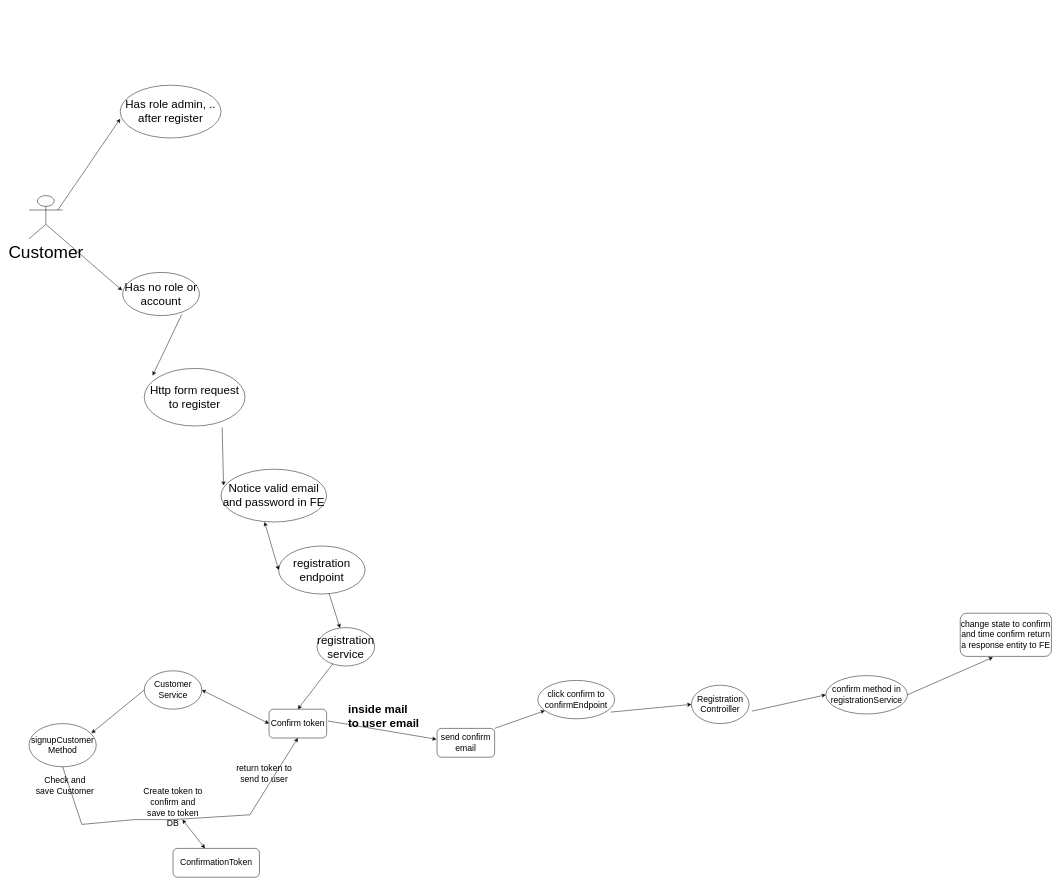
SilverSixx/E-comerce keeps this draw.io diagram as src/main/resources/Biểu đồ không có tiêu đề.drawio. Above is the earlier version. Source tidied: cells renumbered, new cells numbered last; positions are measured from the earlier drawing's top-left corner, leaving out a move shared by most shapes. Both pictures are drawn from the tidied source at 48%, with x=0, y=0 at pixel (29, 85).
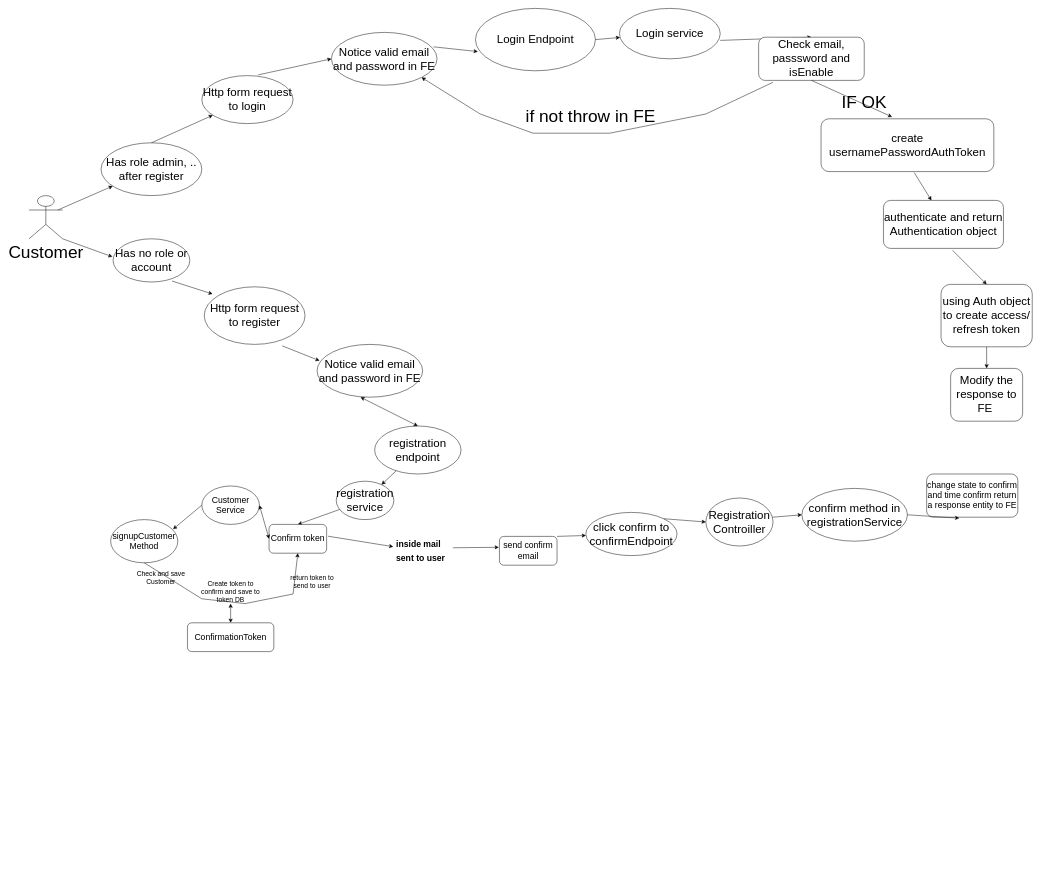
The same diagram, later.

Commit message:
Cập nhật Biểu đồ không có tiêu đề.drawio

Change to the diagram source:
```diff
@@
     <mxCell id="2" value="&lt;font style=&quot;font-size: 24px;&quot;&gt;Has role admin, .. after register&lt;/font&gt;" style="ellipse;whiteSpace=wrap;html=1;align=center;" parent="1" vertex="1">
-      <mxGeometry x="190" width="210" height="110" as="geometry" />
+      <mxGeometry x="150" y="120" width="210" height="110" as="geometry" />
     </mxCell>
     <mxCell id="3" value="&lt;font style=&quot;font-size: 24px;&quot;&gt;Http form request to register&lt;/font&gt;" style="ellipse;whiteSpace=wrap;html=1;" parent="1" vertex="1">
-      <mxGeometry x="240" y="590" width="210" height="120" as="geometry" />
+      <mxGeometry x="365" y="420" width="210" height="120" as="geometry" />
     </mxCell>
     <mxCell id="4" value="&lt;font style=&quot;font-size: 24px;&quot;&gt;registration endpoint&lt;/font&gt;" style="ellipse;whiteSpace=wrap;html=1;" parent="1" vertex="1">
-      <mxGeometry x="520" y="960" width="180" height="100" as="geometry" />
+      <mxGeometry x="720" y="710" width="180" height="100" as="geometry" />
     </mxCell>
     <mxCell id="5" value="&lt;font style=&quot;font-size: 24px;&quot;&gt;registration service&lt;/font&gt;" style="ellipse;whiteSpace=wrap;html=1;" parent="1" vertex="1">
-      <mxGeometry x="600" y="1130" width="120" height="80" as="geometry" />
+      <mxGeometry x="640" y="825" width="120" height="80" as="geometry" />
     </mxCell>
@@
-    <mxCell id="8" style="endArrow=classic;html=1;rounded=0;" parent="1" edge="1">
+    <mxCell id="8" style="endArrow=classic;html=1;rounded=0;" parent="1" edge="1" target="2">
       <mxGeometry relative="1" as="geometry">
         <mxPoint x="60" y="260" as="sourcePoint" />
-        <mxPoint x="190" y="70" as="targetPoint" />
       </mxGeometry>
     </mxCell>
     <mxCell id="9" value="&lt;font style=&quot;font-size: 24px;&quot;&gt;Has no role or account&lt;/font&gt;" style="ellipse;whiteSpace=wrap;html=1;" parent="1" vertex="1">
-      <mxGeometry x="195" y="390" width="160" height="90" as="geometry" />
+      <mxGeometry x="175" y="320" width="160" height="90" as="geometry" />
     </mxCell>
@@
     <mxCell id="13" value="&lt;font style=&quot;font-size: 24px;&quot;&gt;Notice valid email and password in FE&lt;/font&gt;" style="ellipse;whiteSpace=wrap;html=1;" parent="1" vertex="1">
-      <mxGeometry x="400" y="800" width="220" height="110" as="geometry" />
+      <mxGeometry x="600" y="540" width="220" height="110" as="geometry" />
     </mxCell>
-    <mxCell id="14" style="endArrow=classic;startArrow=classic;html=1;rounded=0;entryX=0;entryY=0.5;entryDx=0;entryDy=0;exitX=0.412;exitY=1;exitDx=0;exitDy=0;exitPerimeter=0;" parent="1" edge="1" source="13" target="4">
+    <mxCell id="14" style="endArrow=classic;startArrow=classic;html=1;rounded=0;entryX=0.5;entryY=0;entryDx=0;entryDy=0;exitX=0.412;exitY=1;exitDx=0;exitDy=0;exitPerimeter=0;" parent="1" edge="1" source="13" target="4">
       <mxGeometry relative="1" as="geometry" />
     </mxCell>
@@
     <mxCell id="16" value="&lt;font style=&quot;font-size: 18px;&quot;&gt;Confirm token&lt;/font&gt;" style="rounded=1;whiteSpace=wrap;html=1;" parent="1" vertex="1">
-      <mxGeometry x="500" y="1300" width="120" height="60" as="geometry" />
+      <mxGeometry x="500" y="915" width="120" height="60" as="geometry" />
     </mxCell>
     <mxCell id="17" value="&lt;font style=&quot;font-size: 18px;&quot;&gt;send confirm email&lt;/font&gt;" style="rounded=1;whiteSpace=wrap;html=1;" parent="1" vertex="1">
-      <mxGeometry x="850" y="1340" width="120" height="60" as="geometry" />
+      <mxGeometry x="980" y="940" width="120" height="60" as="geometry" />
     </mxCell>
-    <mxCell id="18" style="endArrow=classic;html=1;rounded=0;exitX=1.025;exitY=0.41;exitDx=0;exitDy=0;exitPerimeter=0;entryX=-0.01;entryY=0.378;entryDx=0;entryDy=0;entryPerimeter=0;" parent="1" edge="1" source="16" target="17">
+    <mxCell id="18" style="endArrow=classic;html=1;rounded=0;exitX=1.025;exitY=0.41;exitDx=0;exitDy=0;exitPerimeter=0;entryX=-0.01;entryY=0.378;entryDx=0;entryDy=0;entryPerimeter=0;" parent="1" edge="1" source="19" target="17">
       <mxGeometry relative="1" as="geometry" />
     </mxCell>
-    <mxCell id="19" value="&lt;h1&gt;inside mail to user email&lt;/h1&gt;" style="text;html=1;strokeColor=none;fillColor=none;spacing=5;spacingTop=-20;whiteSpace=wrap;overflow=hidden;rounded=0;" parent="1" vertex="1">
-      <mxGeometry x="660" y="1280" width="160" height="70" as="geometry" />
-    </mxCell>
     <mxCell id="20" value="&lt;font style=&quot;font-size: 18px;&quot;&gt;Customer Service&lt;/font&gt;" style="ellipse;whiteSpace=wrap;html=1;" parent="1" vertex="1">
-      <mxGeometry x="240" y="1220" width="120" height="80" as="geometry" />
+      <mxGeometry x="360" y="835" width="120" height="80" as="geometry" />
     </mxCell>
@@
     <mxCell id="22" value="&lt;font style=&quot;font-size: 18px;&quot;&gt;signupCustomer Method&lt;/font&gt;" style="ellipse;whiteSpace=wrap;html=1;" parent="1" vertex="1">
-      <mxGeometry y="1330" width="140" height="90" as="geometry" />
+      <mxGeometry x="170" y="905" width="140" height="90" as="geometry" />
     </mxCell>
@@
     <mxCell id="24" style="endArrow=classic;html=1;rounded=0;exitX=0.5;exitY=1;exitDx=0;exitDy=0;entryX=0.5;entryY=1;entryDx=0;entryDy=0;" parent="1" edge="1" source="22" target="16">
       <mxGeometry relative="1" as="geometry">
         <Array as="points">
-          <mxPoint x="110" y="1540" />
-          <mxPoint x="220" y="1530" />
-          <mxPoint x="300" y="1530" />
-          <mxPoint x="460" y="1520" />
+          <mxPoint x="360" y="1070" />
+          <mxPoint x="450" y="1080" />
+          <mxPoint x="550" y="1060" />
         </Array>
       </mxGeometry>
     </mxCell>
-    <mxCell id="25" value="&lt;font style=&quot;font-size: 18px;&quot;&gt;Check and save Customer&lt;/font&gt;" style="text;html=1;strokeColor=none;fillColor=none;align=center;verticalAlign=middle;whiteSpace=wrap;rounded=0;" parent="1" vertex="1">
-      <mxGeometry x="10" y="1430" width="130" height="60" as="geometry" />
+    <mxCell id="25" value="&lt;font style=&quot;font-size: 14px;&quot;&gt;Check and save Customer&lt;/font&gt;" style="text;html=1;strokeColor=none;fillColor=none;align=center;verticalAlign=middle;whiteSpace=wrap;rounded=0;" parent="1" vertex="1">
+      <mxGeometry x="210" y="995" width="130" height="60" as="geometry" />
     </mxCell>
-    <mxCell id="26" value="&lt;font style=&quot;font-size: 18px;&quot;&gt;Create token to confirm and save to token DB&lt;/font&gt;" style="text;html=1;strokeColor=none;fillColor=none;align=center;verticalAlign=middle;whiteSpace=wrap;rounded=0;" parent="1" vertex="1">
-      <mxGeometry x="235" y="1480" width="130" height="50" as="geometry" />
+    <mxCell id="26" value="&lt;font style=&quot;font-size: 14px;&quot;&gt;Create token to confirm and save to token DB&lt;/font&gt;" style="text;html=1;strokeColor=none;fillColor=none;align=center;verticalAlign=middle;whiteSpace=wrap;rounded=0;" parent="1" vertex="1">
+      <mxGeometry x="355" y="1030" width="130" height="50" as="geometry" />
     </mxCell>
-    <mxCell id="27" value="&lt;font style=&quot;font-size: 18px;&quot;&gt;return token to send to user&lt;/font&gt;" style="text;html=1;strokeColor=none;fillColor=none;align=center;verticalAlign=middle;whiteSpace=wrap;rounded=0;" parent="1" vertex="1">
-      <mxGeometry x="430" y="1420" width="120" height="30" as="geometry" />
+    <mxCell id="27" value="&lt;font style=&quot;font-size: 14px;&quot;&gt;return token to send to user&lt;/font&gt;" style="text;html=1;strokeColor=none;fillColor=none;align=center;verticalAlign=middle;whiteSpace=wrap;rounded=0;" parent="1" vertex="1">
+      <mxGeometry x="530" y="1020" width="120" height="30" as="geometry" />
     </mxCell>
@@
     <mxCell id="29" value="&lt;font style=&quot;font-size: 18px;&quot;&gt;ConfirmationToken&lt;/font&gt;" style="rounded=1;whiteSpace=wrap;html=1;" parent="1" vertex="1">
-      <mxGeometry x="300" y="1590" width="180" height="60" as="geometry" />
+      <mxGeometry x="330" y="1120" width="180" height="60" as="geometry" />
     </mxCell>
-    <mxCell id="30" value="&lt;font style=&quot;font-size: 18px;&quot;&gt;click confirm to confirmEndpoint&lt;/font&gt;" style="ellipse;whiteSpace=wrap;html=1;" parent="1" vertex="1">
-      <mxGeometry x="1060" y="1240" width="160" height="80" as="geometry" />
+    <mxCell id="30" value="&lt;font style=&quot;font-size: 24px;&quot;&gt;click confirm to confirmEndpoint&lt;/font&gt;" style="ellipse;whiteSpace=wrap;html=1;" parent="1" vertex="1">
+      <mxGeometry x="1160" y="890" width="190" height="90" as="geometry" />
     </mxCell>
@@
-    <mxCell id="32" value="&lt;font style=&quot;font-size: 18px;&quot;&gt;Registration Controiller&lt;/font&gt;" style="ellipse;whiteSpace=wrap;html=1;" parent="1" vertex="1">
-      <mxGeometry x="1380" y="1250" width="120" height="80" as="geometry" />
+    <mxCell id="32" value="&lt;font style=&quot;font-size: 24px;&quot;&gt;Registration Controiller&lt;/font&gt;" style="ellipse;whiteSpace=wrap;html=1;" parent="1" vertex="1">
+      <mxGeometry x="1410" y="860" width="140" height="100" as="geometry" />
     </mxCell>
-    <mxCell id="33" style="endArrow=classic;html=1;rounded=0;exitX=0.95;exitY=0.825;exitDx=0;exitDy=0;exitPerimeter=0;entryX=0;entryY=0.5;entryDx=0;entryDy=0;" parent="1" edge="1" source="30" target="32">
+    <mxCell id="33" style="endArrow=classic;html=1;rounded=0;exitX=1;exitY=0;exitDx=0;exitDy=0;entryX=0;entryY=0.5;entryDx=0;entryDy=0;" parent="1" edge="1" source="30" target="32">
       <mxGeometry relative="1" as="geometry" />
     </mxCell>
-    <mxCell id="34" value="&lt;font style=&quot;font-size: 18px;&quot;&gt;confirm method in registrationService&lt;/font&gt;" style="ellipse;whiteSpace=wrap;html=1;" parent="1" vertex="1">
-      <mxGeometry x="1660" y="1230" width="170" height="80" as="geometry" />
+    <mxCell id="34" value="&lt;font style=&quot;font-size: 24px;&quot;&gt;confirm method in registrationService&lt;/font&gt;" style="ellipse;whiteSpace=wrap;html=1;" parent="1" vertex="1">
+      <mxGeometry x="1610" y="840" width="220" height="110" as="geometry" />
     </mxCell>
     <mxCell id="35" value="&lt;font style=&quot;font-size: 18px;&quot;&gt;change state to confirm and time confirm return a response entity to FE&lt;/font&gt;" style="rounded=1;whiteSpace=wrap;html=1;" parent="1" vertex="1">
-      <mxGeometry x="1940" y="1100" width="190" height="90" as="geometry" />
+      <mxGeometry x="1870" y="810" width="190" height="90" as="geometry" />
     </mxCell>
-    <mxCell id="36" style="endArrow=classic;html=1;rounded=0;exitX=1.05;exitY=0.675;exitDx=0;exitDy=0;entryX=0;entryY=0.5;entryDx=0;entryDy=0;exitPerimeter=0;" parent="1" edge="1" source="32" target="34">
+    <mxCell id="36" style="endArrow=classic;html=1;rounded=0;exitX=0.99;exitY=0.401;exitDx=0;exitDy=0;entryX=0;entryY=0.5;entryDx=0;entryDy=0;exitPerimeter=0;" parent="1" edge="1" source="32" target="34">
       <mxGeometry relative="1" as="geometry" />
     </mxCell>
@@
+    <mxCell id="40" value="&lt;font style=&quot;font-size: 24px;&quot;&gt;Http form request to login&lt;/font&gt;" style="ellipse;whiteSpace=wrap;html=1;" parent="1" vertex="1">
+      <mxGeometry x="360" y="-20" width="190" height="100" as="geometry" />
+    </mxCell>
+    <mxCell id="41" style="endArrow=classic;html=1;rounded=0;exitX=0.5;exitY=0;exitDx=0;exitDy=0;" parent="1" edge="1" source="2" target="40">
+      <mxGeometry relative="1" as="geometry" />
+    </mxCell>
+    <mxCell id="42" value="&lt;font style=&quot;font-size: 24px;&quot;&gt;Notice valid email and password in FE&lt;/font&gt;" style="ellipse;whiteSpace=wrap;html=1;" parent="1" vertex="1">
+      <mxGeometry x="630" y="-110" width="220" height="110" as="geometry" />
+    </mxCell>
+    <mxCell id="43" style="endArrow=classic;html=1;rounded=0;exitX=0.619;exitY=-0.015;exitDx=0;exitDy=0;exitPerimeter=0;entryX=0;entryY=0.5;entryDx=0;entryDy=0;" parent="1" edge="1" source="40" target="42">
+      <mxGeometry relative="1" as="geometry" />
+    </mxCell>
+    <mxCell id="44" value="&lt;font style=&quot;font-size: 24px;&quot;&gt;Login Endpoint&lt;/font&gt;" style="ellipse;whiteSpace=wrap;html=1;" parent="1" vertex="1">
+      <mxGeometry x="930" y="-160" width="250" height="130" as="geometry" />
+    </mxCell>
+    <mxCell id="45" style="endArrow=classic;html=1;rounded=0;exitX=0.966;exitY=0.273;exitDx=0;exitDy=0;exitPerimeter=0;entryX=0.02;entryY=0.692;entryDx=0;entryDy=0;entryPerimeter=0;" parent="1" edge="1" source="42" target="44">
+      <mxGeometry relative="1" as="geometry" />
+    </mxCell>
+    <mxCell id="46" value="&lt;font style=&quot;font-size: 24px;&quot;&gt;Login service&lt;/font&gt;" style="ellipse;whiteSpace=wrap;html=1;" parent="1" vertex="1">
+      <mxGeometry x="1230" y="-160" width="210" height="105" as="geometry" />
+    </mxCell>
+    <mxCell id="47" style="endArrow=classic;html=1;rounded=0;exitX=1;exitY=0.5;exitDx=0;exitDy=0;" parent="1" edge="1" source="44" target="46">
+      <mxGeometry relative="1" as="geometry" />
+    </mxCell>
+    <mxCell id="48" style="endArrow=classic;html=1;rounded=0;exitX=1;exitY=0.635;exitDx=0;exitDy=0;exitPerimeter=0;entryX=0.5;entryY=0;entryDx=0;entryDy=0;" parent="1" edge="1" source="46" target="49">
+      <mxGeometry relative="1" as="geometry" />
+    </mxCell>
+    <mxCell id="49" value="&lt;font style=&quot;font-size: 24px;&quot;&gt;Check email, passsword and isEnable&lt;/font&gt;" style="rounded=1;whiteSpace=wrap;html=1;" parent="1" vertex="1">
+      <mxGeometry x="1520" y="-100" width="220" height="90" as="geometry" />
+    </mxCell>
+    <mxCell id="50" style="endArrow=classic;html=1;rounded=0;entryX=1;entryY=1;entryDx=0;entryDy=0;exitX=0.136;exitY=1.044;exitDx=0;exitDy=0;exitPerimeter=0;" parent="1" edge="1" source="49" target="42">
+      <mxGeometry relative="1" as="geometry">
+        <Array as="points">
+          <mxPoint x="1410" y="60" />
+          <mxPoint x="1210" y="100" />
+          <mxPoint x="1050" y="100" />
+          <mxPoint x="940" y="60" />
+        </Array>
+      </mxGeometry>
+    </mxCell>
+    <mxCell id="51" value="&lt;font style=&quot;font-size: 36px;&quot;&gt;if not throw in FE&lt;/font&gt;" style="text;html=1;strokeColor=none;fillColor=none;align=center;verticalAlign=middle;whiteSpace=wrap;rounded=0;" parent="1" vertex="1">
+      <mxGeometry x="1010" y="50" width="320" height="30" as="geometry" />
+    </mxCell>
+    <mxCell id="52" style="endArrow=classic;html=1;rounded=0;exitX=0.5;exitY=1;exitDx=0;exitDy=0;entryX=0.411;entryY=-0.036;entryDx=0;entryDy=0;entryPerimeter=0;" parent="1" edge="1" source="49" target="54">
+      <mxGeometry relative="1" as="geometry" />
+    </mxCell>
+    <mxCell id="53" value="&lt;font style=&quot;font-size: 36px;&quot;&gt;IF OK&lt;/font&gt;" style="text;html=1;strokeColor=none;fillColor=none;align=center;verticalAlign=middle;whiteSpace=wrap;rounded=0;" parent="1" vertex="1">
+      <mxGeometry x="1680" y="20" width="120" height="30" as="geometry" />
+    </mxCell>
+    <mxCell id="54" value="&lt;font style=&quot;font-size: 24px;&quot;&gt;create usernamePasswordAuthToken&lt;/font&gt;" style="rounded=1;whiteSpace=wrap;html=1;" parent="1" vertex="1">
+      <mxGeometry x="1650" y="70" width="360" height="110" as="geometry" />
+    </mxCell>
+    <mxCell id="55" value="&lt;font style=&quot;font-size: 24px;&quot;&gt;authenticate and return Authentication object&lt;/font&gt;" style="rounded=1;whiteSpace=wrap;html=1;" parent="1" vertex="1">
+      <mxGeometry x="1780" y="240" width="250" height="100" as="geometry" />
+    </mxCell>
+    <mxCell id="56" style="endArrow=classic;html=1;rounded=0;exitX=0.539;exitY=1.018;exitDx=0;exitDy=0;exitPerimeter=0;entryX=0.4;entryY=0;entryDx=0;entryDy=0;entryPerimeter=0;" parent="1" edge="1" source="54" target="55">
+      <mxGeometry relative="1" as="geometry" />
+    </mxCell>
+    <mxCell id="57" value="&lt;font style=&quot;font-size: 24px;&quot;&gt;using Auth object to create access/ refresh token&lt;/font&gt;" style="rounded=1;whiteSpace=wrap;html=1;" parent="1" vertex="1">
+      <mxGeometry x="1900" y="415" width="190" height="130" as="geometry" />
+    </mxCell>
+    <mxCell id="58" style="endArrow=classic;html=1;rounded=0;exitX=0.576;exitY=1.04;exitDx=0;exitDy=0;exitPerimeter=0;entryX=0.5;entryY=0;entryDx=0;entryDy=0;" parent="1" edge="1" source="55" target="57">
+      <mxGeometry relative="1" as="geometry" />
+    </mxCell>
+    <mxCell id="59" value="&lt;font style=&quot;font-size: 24px;&quot;&gt;Modify the response to FE&amp;nbsp;&lt;/font&gt;" style="rounded=1;whiteSpace=wrap;html=1;" parent="1" vertex="1">
+      <mxGeometry x="1920" y="590" width="150" height="110" as="geometry" />
+    </mxCell>
+    <mxCell id="60" style="endArrow=classic;html=1;rounded=0;exitX=0.5;exitY=1;exitDx=0;exitDy=0;entryX=0.5;entryY=0;entryDx=0;entryDy=0;" parent="1" edge="1" source="57" target="59">
+      <mxGeometry relative="1" as="geometry" />
+    </mxCell>
+    <mxCell id="61" style="endArrow=classic;html=1;rounded=0;exitX=1.025;exitY=0.41;exitDx=0;exitDy=0;exitPerimeter=0;entryX=-0.01;entryY=0.378;entryDx=0;entryDy=0;entryPerimeter=0;" parent="1" edge="1" source="16" target="19">
+      <mxGeometry relative="1" as="geometry" />
+    </mxCell>
+    <mxCell id="19" value="&lt;h1&gt;&lt;font style=&quot;font-size: 18px;&quot;&gt;inside mail sent to user&lt;/font&gt;&lt;/h1&gt;" style="text;html=1;strokeColor=none;fillColor=none;spacing=5;spacingTop=-20;whiteSpace=wrap;overflow=hidden;rounded=0;" parent="1" vertex="1">
+      <mxGeometry x="760" y="935" width="120" height="70" as="geometry" />
+    </mxCell>
```
